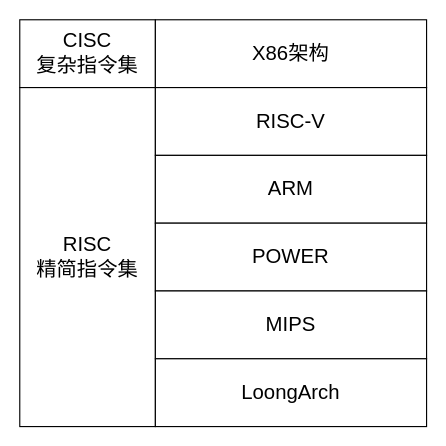
Earlier version of the draw.io diagram figures/isa.drawio (zoujr/szu-thesis-master). Source tidied: cells renumbered, new cells numbered last; positions are measured from the earlier drawing's top-left corner, leaving out a move shared by most shapes. Both pictures are drawn from the tidied source at 113%, with x=0, y=0 at pixel (19, 19).
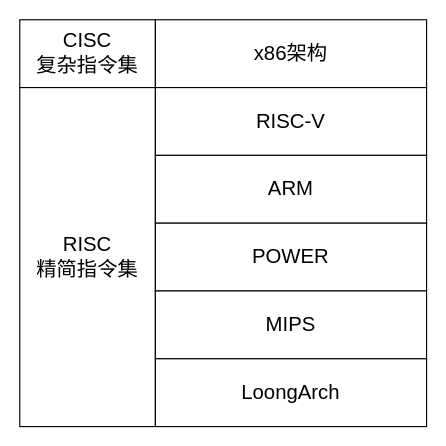
Above is the later version.

What changed in the source:
```diff
@@
 <mxGraphModel>
   <root>
     <mxCell id="0" />
     <mxCell id="1" parent="0" />
     <mxCell id="2" value="CISC&lt;br style=&quot;font-size: 18px;&quot;&gt;复杂指令集" style="rounded=0;whiteSpace=wrap;html=1;fontSize=18;" parent="1" vertex="1">
       <mxGeometry width="120" height="60" as="geometry" />
     </mxCell>
     <mxCell id="3" value="RISC&lt;br style=&quot;font-size: 18px;&quot;&gt;精简指令集" style="rounded=0;whiteSpace=wrap;html=1;fontSize=18;" parent="1" vertex="1">
       <mxGeometry y="60" width="120" height="300" as="geometry" />
     </mxCell>
-    <mxCell id="4" value="X86架构" style="rounded=0;whiteSpace=wrap;html=1;fontSize=18;" parent="1" vertex="1">
+    <mxCell id="4" value="x86架构" style="rounded=0;whiteSpace=wrap;html=1;fontSize=18;" parent="1" vertex="1">
       <mxGeometry x="120" width="240" height="60" as="geometry" />
     </mxCell>
     <mxCell id="5" value="RISC-V" style="rounded=0;whiteSpace=wrap;html=1;fontSize=18;" parent="1" vertex="1">
       <mxGeometry x="120" y="60" width="240" height="60" as="geometry" />
     </mxCell>
     <mxCell id="6" value="ARM" style="rounded=0;whiteSpace=wrap;html=1;fontSize=18;" parent="1" vertex="1">
       <mxGeometry x="120" y="120" width="240" height="60" as="geometry" />
     </mxCell>
     <mxCell id="7" value="POWER" style="rounded=0;whiteSpace=wrap;html=1;fontSize=18;" parent="1" vertex="1">
       <mxGeometry x="120" y="180" width="240" height="60" as="geometry" />
     </mxCell>
     <mxCell id="8" value="MIPS" style="rounded=0;whiteSpace=wrap;html=1;fontSize=18;" parent="1" vertex="1">
       <mxGeometry x="120" y="240" width="240" height="60" as="geometry" />
     </mxCell>
     <mxCell id="9" value="LoongArch" style="rounded=0;whiteSpace=wrap;html=1;fontSize=18;" parent="1" vertex="1">
       <mxGeometry x="120" y="300" width="240" height="60" as="geometry" />
     </mxCell>
   </root>
 </mxGraphModel>
```
